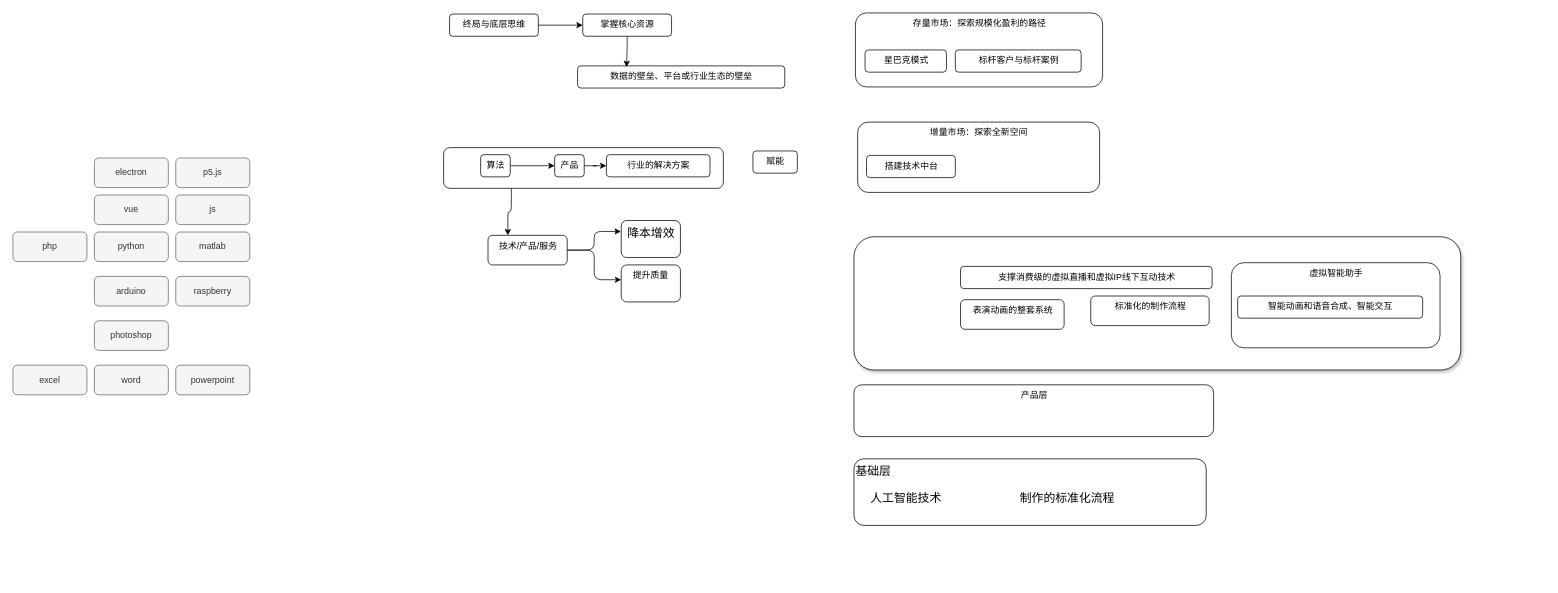
Earlier version of the draw.io diagram page "tech" (1 of 2) of assets/drawio/project.drawio (atanx/atanx.github.io). Source tidied: cells renumbered, new cells numbered last; positions are measured from the earlier drawing's top-left corner, leaving out a move shared by most shapes. Both pictures are drawn from the tidied source at 74%, with x=0, y=0 at pixel (13, 13).
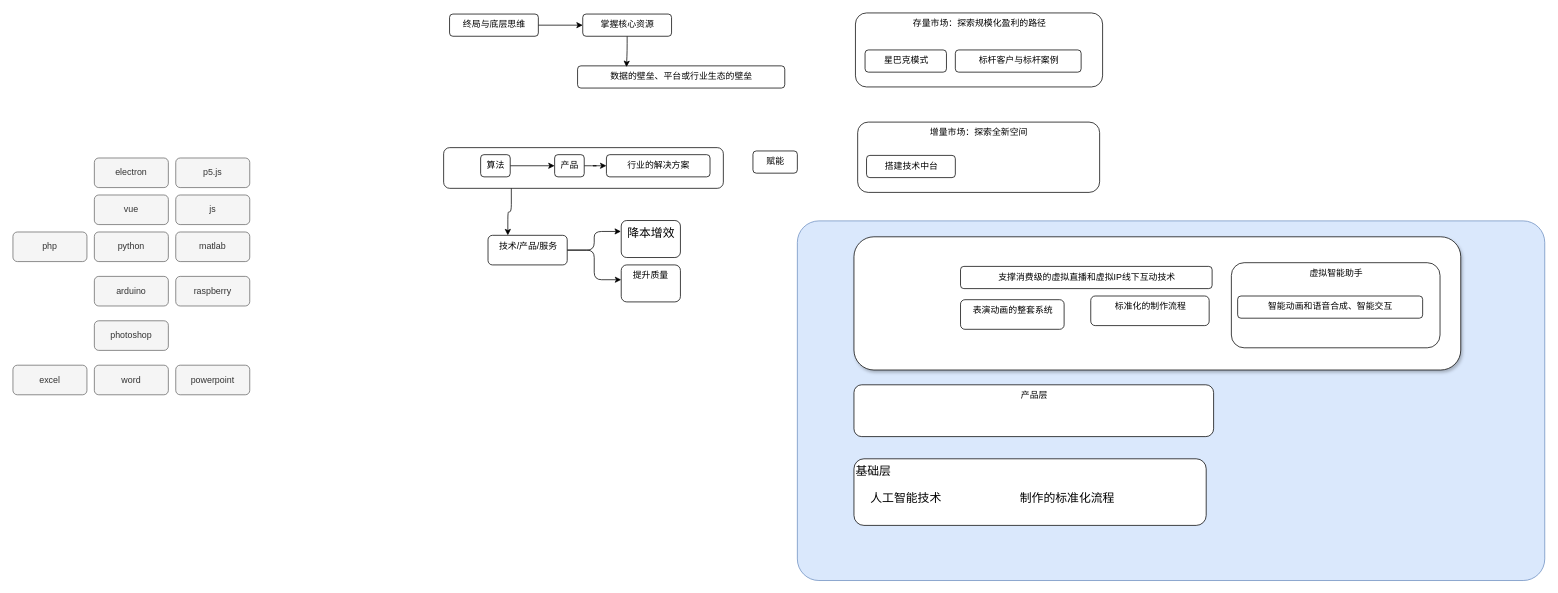
The same page after the edit.

The edit, as a diff of the source:
```diff
@@
+    <mxCell id="51" style="rounded=1;whiteSpace=wrap;html=1;strokeColor=#6c8ebf;fillColor=#dae8fc;gradientColor=none;fontSize=25;align=center;arcSize=6;" parent="1" vertex="1">
+      <mxGeometry x="1060" y="281" width="1010" height="486" as="geometry" />
+    </mxCell>
```
